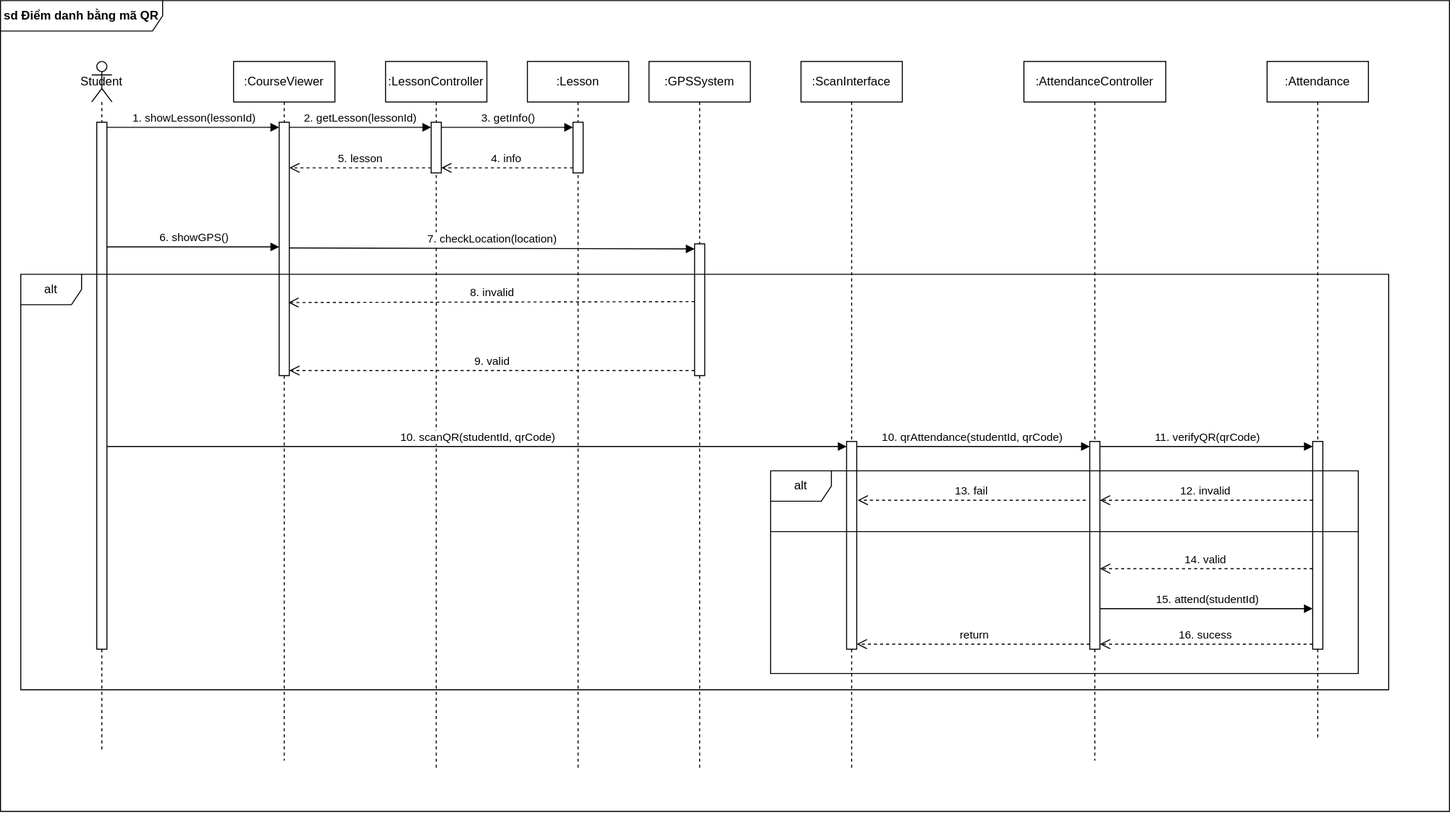
The draw.io diagram [W3] SequenceDiagram 3.drawio.svg in ntmly/ThuchanhphattrienhethongTTNT, before a commit. Source tidied: cells renumbered, new cells last; positions are measured from the earlier drawing's top-left corner, leaving out a move shared by most shapes. Source of this version:
```xml
<mxGraphModel background="#ffffff">
  <root>
    <mxCell id="0" />
    <mxCell id="1" parent="0" />
    <mxCell id="2" value="&lt;b&gt;sd Điểm danh bằng mã QR&lt;/b&gt;" style="shape=umlFrame;whiteSpace=wrap;html=1;width=160;height=30;" parent="1" vertex="1">
      <mxGeometry width="1430" height="800" as="geometry" />
    </mxCell>
    <mxCell id="3" value="Student" style="shape=umlLifeline;perimeter=lifelinePerimeter;whiteSpace=wrap;html=1;newEdgeStyle={&quot;curved&quot;:0,&quot;rounded&quot;:0};participant=umlActor;" parent="1" vertex="1">
      <mxGeometry x="90" y="60" width="20" height="680" as="geometry" />
    </mxCell>
    <mxCell id="4" style="html=1;points=[[0,0,0,0,5],[0,1,0,0,-5],[1,0,0,0,5],[1,1,0,0,-5]];perimeter=orthogonalPerimeter;outlineConnect=0;targetShapes=umlLifeline;portConstraint=eastwest;newEdgeStyle={&quot;curved&quot;:0,&quot;rounded&quot;:0};" parent="3" vertex="1">
      <mxGeometry x="5" y="60" width="10" height="520" as="geometry" />
    </mxCell>
    <mxCell id="5" value=":CourseViewer" style="shape=umlLifeline;perimeter=lifelinePerimeter;whiteSpace=wrap;html=1;newEdgeStyle={&quot;curved&quot;:0,&quot;rounded&quot;:0};" parent="1" vertex="1">
      <mxGeometry x="230" y="60" width="100" height="690" as="geometry" />
    </mxCell>
    <mxCell id="6" style="html=1;points=[[0,0,0,0,5],[0,1,0,0,-5],[1,0,0,0,5],[1,1,0,0,-5]];perimeter=orthogonalPerimeter;outlineConnect=0;targetShapes=umlLifeline;portConstraint=eastwest;newEdgeStyle={&quot;curved&quot;:0,&quot;rounded&quot;:0};" parent="5" vertex="1">
      <mxGeometry x="45" y="60" width="10" height="250" as="geometry" />
    </mxCell>
    <mxCell id="7" value=":LessonController" style="shape=umlLifeline;perimeter=lifelinePerimeter;whiteSpace=wrap;html=1;newEdgeStyle={&quot;curved&quot;:0,&quot;rounded&quot;:0};" parent="1" vertex="1">
      <mxGeometry x="380" y="60" width="100" height="700" as="geometry" />
    </mxCell>
    <mxCell id="8" style="html=1;points=[[0,0,0,0,5],[0,1,0,0,-5],[1,0,0,0,5],[1,1,0,0,-5]];perimeter=orthogonalPerimeter;outlineConnect=0;targetShapes=umlLifeline;portConstraint=eastwest;newEdgeStyle={&quot;curved&quot;:0,&quot;rounded&quot;:0};" parent="7" vertex="1">
      <mxGeometry x="45" y="60" width="10" height="50" as="geometry" />
    </mxCell>
    <mxCell id="9" value=":Lesson" style="shape=umlLifeline;perimeter=lifelinePerimeter;whiteSpace=wrap;html=1;newEdgeStyle={&quot;curved&quot;:0,&quot;rounded&quot;:0};" parent="1" vertex="1">
      <mxGeometry x="520" y="60" width="100" height="700" as="geometry" />
    </mxCell>
    <mxCell id="10" style="html=1;points=[[0,0,0,0,5],[0,1,0,0,-5],[1,0,0,0,5],[1,1,0,0,-5]];perimeter=orthogonalPerimeter;outlineConnect=0;targetShapes=umlLifeline;portConstraint=eastwest;newEdgeStyle={&quot;curved&quot;:0,&quot;rounded&quot;:0};" parent="9" vertex="1">
      <mxGeometry x="45" y="60" width="10" height="50" as="geometry" />
    </mxCell>
    <mxCell id="11" value=":GPSSystem" style="shape=umlLifeline;perimeter=lifelinePerimeter;whiteSpace=wrap;html=1;newEdgeStyle={&quot;curved&quot;:0,&quot;rounded&quot;:0};" parent="1" vertex="1">
      <mxGeometry x="640" y="60" width="100" height="700" as="geometry" />
    </mxCell>
    <mxCell id="12" style="html=1;points=[[0,0,0,0,5],[0,1,0,0,-5],[1,0,0,0,5],[1,1,0,0,-5]];perimeter=orthogonalPerimeter;outlineConnect=0;targetShapes=umlLifeline;portConstraint=eastwest;newEdgeStyle={&quot;curved&quot;:0,&quot;rounded&quot;:0};" parent="11" vertex="1">
      <mxGeometry x="45" y="180" width="10" height="130" as="geometry" />
    </mxCell>
    <mxCell id="13" value=":ScanInterface" style="shape=umlLifeline;perimeter=lifelinePerimeter;whiteSpace=wrap;html=1;newEdgeStyle={&quot;curved&quot;:0,&quot;rounded&quot;:0};" parent="1" vertex="1">
      <mxGeometry x="790" y="60" width="100" height="700" as="geometry" />
    </mxCell>
    <mxCell id="14" style="html=1;points=[[0,0,0,0,5],[0,1,0,0,-5],[1,0,0,0,5],[1,1,0,0,-5]];perimeter=orthogonalPerimeter;outlineConnect=0;targetShapes=umlLifeline;portConstraint=eastwest;newEdgeStyle={&quot;curved&quot;:0,&quot;rounded&quot;:0};" parent="13" vertex="1">
      <mxGeometry x="45" y="375" width="10" height="205" as="geometry" />
    </mxCell>
    <mxCell id="15" value=":AttendanceController" style="shape=umlLifeline;perimeter=lifelinePerimeter;whiteSpace=wrap;html=1;newEdgeStyle={&quot;curved&quot;:0,&quot;rounded&quot;:0};" parent="1" vertex="1">
      <mxGeometry x="1010" y="60" width="140" height="690" as="geometry" />
    </mxCell>
    <mxCell id="16" value=":Attendance" style="shape=umlLifeline;perimeter=lifelinePerimeter;whiteSpace=wrap;html=1;newEdgeStyle={&quot;curved&quot;:0,&quot;rounded&quot;:0};" parent="1" vertex="1">
      <mxGeometry x="1250" y="60" width="100" height="670" as="geometry" />
    </mxCell>
    <mxCell id="17" value="1. showLesson(lessonId)" style="html=1;verticalAlign=bottom;endArrow=block;curved=0;rounded=0;exitX=1;exitY=0;exitDx=0;exitDy=5;exitPerimeter=0;entryX=0;entryY=0;entryDx=0;entryDy=5;entryPerimeter=0;" parent="1" edge="1" source="4" target="6">
      <mxGeometry relative="1" as="geometry" />
    </mxCell>
    <mxCell id="18" value="2. getLesson(lessonId)" style="html=1;verticalAlign=bottom;endArrow=block;curved=0;rounded=0;exitX=1;exitY=0;exitDx=0;exitDy=5;exitPerimeter=0;" parent="1" edge="1" source="6" target="8">
      <mxGeometry relative="1" as="geometry" />
    </mxCell>
    <mxCell id="19" value="5. lesson" style="html=1;verticalAlign=bottom;endArrow=open;dashed=1;endSize=8;curved=0;rounded=0;exitX=0;exitY=1;exitDx=0;exitDy=-5;exitPerimeter=0;" parent="1" edge="1" source="8" target="6">
      <mxGeometry relative="1" as="geometry" />
    </mxCell>
    <mxCell id="20" value="3. getInfo()" style="html=1;verticalAlign=bottom;endArrow=block;curved=0;rounded=0;entryX=0;entryY=0;entryDx=0;entryDy=5;exitX=1;exitY=0;exitDx=0;exitDy=5;exitPerimeter=0;" parent="1" edge="1" source="8" target="10">
      <mxGeometry relative="1" as="geometry" />
    </mxCell>
    <mxCell id="21" value="4. info" style="html=1;verticalAlign=bottom;endArrow=open;dashed=1;endSize=8;curved=0;rounded=0;exitX=0;exitY=1;exitDx=0;exitDy=-5;entryX=1;entryY=1;entryDx=0;entryDy=-5;entryPerimeter=0;" parent="1" edge="1" source="10" target="8">
      <mxGeometry relative="1" as="geometry" />
    </mxCell>
    <mxCell id="22" value="6. showGPS()" style="html=1;verticalAlign=bottom;endArrow=block;curved=0;rounded=0;" parent="1" edge="1">
      <mxGeometry relative="1" as="geometry">
        <mxPoint x="105" y="243" as="sourcePoint" />
        <mxPoint x="275" y="243" as="targetPoint" />
      </mxGeometry>
    </mxCell>
    <mxCell id="23" value="7. checkLocation(location)" style="html=1;verticalAlign=bottom;endArrow=block;curved=0;rounded=0;entryX=0;entryY=0;entryDx=0;entryDy=5;entryPerimeter=0;" parent="1" edge="1" target="12">
      <mxGeometry relative="1" as="geometry">
        <mxPoint x="285" y="244" as="sourcePoint" />
      </mxGeometry>
    </mxCell>
    <mxCell id="24" value="alt" style="shape=umlFrame;whiteSpace=wrap;html=1;" parent="1" vertex="1">
      <mxGeometry x="20" y="270" width="1350" height="410" as="geometry" />
    </mxCell>
    <mxCell id="25" value="8. invalid" style="html=1;verticalAlign=bottom;endArrow=open;dashed=1;endSize=8;curved=0;rounded=0;entryX=0.9;entryY=0.633;entryDx=0;entryDy=0;entryPerimeter=0;" parent="1" edge="1">
      <mxGeometry relative="1" as="geometry">
        <mxPoint x="685" y="297" as="sourcePoint" />
        <mxPoint x="284" y="297.9" as="targetPoint" />
      </mxGeometry>
    </mxCell>
    <mxCell id="26" value="9. valid" style="html=1;verticalAlign=bottom;endArrow=open;dashed=1;endSize=8;curved=0;rounded=0;exitX=0;exitY=1;exitDx=0;exitDy=-5;exitPerimeter=0;entryX=1;entryY=1;entryDx=0;entryDy=-5;entryPerimeter=0;" parent="1" edge="1" source="12" target="6">
      <mxGeometry relative="1" as="geometry" />
    </mxCell>
    <mxCell id="27" value="10. scanQR(studentId, qrCode)" style="html=1;verticalAlign=bottom;endArrow=block;curved=0;rounded=0;entryX=0;entryY=0;entryDx=0;entryDy=5;entryPerimeter=0;" parent="1" edge="1" source="4" target="14">
      <mxGeometry relative="1" as="geometry" />
    </mxCell>
    <mxCell id="28" style="html=1;points=[[0,0,0,0,5],[0,1,0,0,-5],[1,0,0,0,5],[1,1,0,0,-5]];perimeter=orthogonalPerimeter;outlineConnect=0;targetShapes=umlLifeline;portConstraint=eastwest;newEdgeStyle={&quot;curved&quot;:0,&quot;rounded&quot;:0};" parent="1" vertex="1">
      <mxGeometry x="1075" y="435" width="10" height="205" as="geometry" />
    </mxCell>
    <mxCell id="29" value="10. qrAttendance(studentId, qrCode)" style="html=1;verticalAlign=bottom;endArrow=block;curved=0;rounded=0;exitX=1;exitY=0;exitDx=0;exitDy=5;exitPerimeter=0;entryX=0;entryY=0;entryDx=0;entryDy=5;entryPerimeter=0;" parent="1" edge="1" source="14" target="28">
      <mxGeometry relative="1" as="geometry" />
    </mxCell>
    <mxCell id="30" style="html=1;points=[[0,0,0,0,5],[0,1,0,0,-5],[1,0,0,0,5],[1,1,0,0,-5]];perimeter=orthogonalPerimeter;outlineConnect=0;targetShapes=umlLifeline;portConstraint=eastwest;newEdgeStyle={&quot;curved&quot;:0,&quot;rounded&quot;:0};" parent="1" vertex="1">
      <mxGeometry x="1295" y="435" width="10" height="205" as="geometry" />
    </mxCell>
    <mxCell id="31" value="11. verifyQR(qrCode)" style="html=1;verticalAlign=bottom;endArrow=block;curved=0;rounded=0;exitX=1;exitY=0;exitDx=0;exitDy=5;exitPerimeter=0;entryX=0;entryY=0;entryDx=0;entryDy=5;entryPerimeter=0;" parent="1" edge="1" source="28" target="30">
      <mxGeometry relative="1" as="geometry" />
    </mxCell>
    <mxCell id="32" value="alt" style="shape=umlFrame;whiteSpace=wrap;html=1;" parent="1" vertex="1">
      <mxGeometry x="760" y="464" width="580" height="200" as="geometry" />
    </mxCell>
    <mxCell id="33" value="12. invalid" style="html=1;verticalAlign=bottom;endArrow=open;dashed=1;endSize=8;curved=0;rounded=0;" parent="1" edge="1">
      <mxGeometry relative="1" as="geometry">
        <mxPoint x="1295" y="493" as="sourcePoint" />
        <mxPoint x="1085" y="493" as="targetPoint" />
      </mxGeometry>
    </mxCell>
    <mxCell id="34" value="13. fail" style="html=1;verticalAlign=bottom;endArrow=open;dashed=1;endSize=8;curved=0;rounded=0;" parent="1" edge="1">
      <mxGeometry relative="1" as="geometry">
        <mxPoint x="1071" y="493" as="sourcePoint" />
        <mxPoint x="846" y="493" as="targetPoint" />
      </mxGeometry>
    </mxCell>
    <mxCell id="35" style="line;strokeWidth=1;fillColor=none;align=left;verticalAlign=middle;spacingTop=-1;spacingLeft=3;spacingRight=3;labelPosition=right;strokeColor=inherit;" parent="1" vertex="1">
      <mxGeometry x="760" y="520" width="580" height="8" as="geometry" />
    </mxCell>
    <mxCell id="36" value="14. valid" style="html=1;verticalAlign=bottom;endArrow=open;dashed=1;endSize=8;curved=0;rounded=0;" parent="1" edge="1">
      <mxGeometry relative="1" as="geometry">
        <mxPoint x="1295" y="560.5" as="sourcePoint" />
        <mxPoint x="1085" y="560.5" as="targetPoint" />
      </mxGeometry>
    </mxCell>
    <mxCell id="37" value="15. attend(studentId)" style="html=1;verticalAlign=bottom;endArrow=block;curved=0;rounded=0;" parent="1" edge="1" source="28">
      <mxGeometry relative="1" as="geometry">
        <mxPoint x="1295" y="600" as="targetPoint" />
      </mxGeometry>
    </mxCell>
    <mxCell id="38" value="16. sucess" style="html=1;verticalAlign=bottom;endArrow=open;dashed=1;endSize=8;curved=0;rounded=0;exitX=0;exitY=1;exitDx=0;exitDy=-5;exitPerimeter=0;entryX=1;entryY=1;entryDx=0;entryDy=-5;entryPerimeter=0;" parent="1" edge="1" source="30" target="28">
      <mxGeometry relative="1" as="geometry" />
    </mxCell>
    <mxCell id="39" value="return" style="html=1;verticalAlign=bottom;endArrow=open;dashed=1;endSize=8;curved=0;rounded=0;exitX=0;exitY=1;exitDx=0;exitDy=-5;exitPerimeter=0;entryX=1;entryY=1;entryDx=0;entryDy=-5;entryPerimeter=0;" parent="1" edge="1" source="28" target="14">
      <mxGeometry relative="1" as="geometry" />
    </mxCell>
  </root>
</mxGraphModel>
```
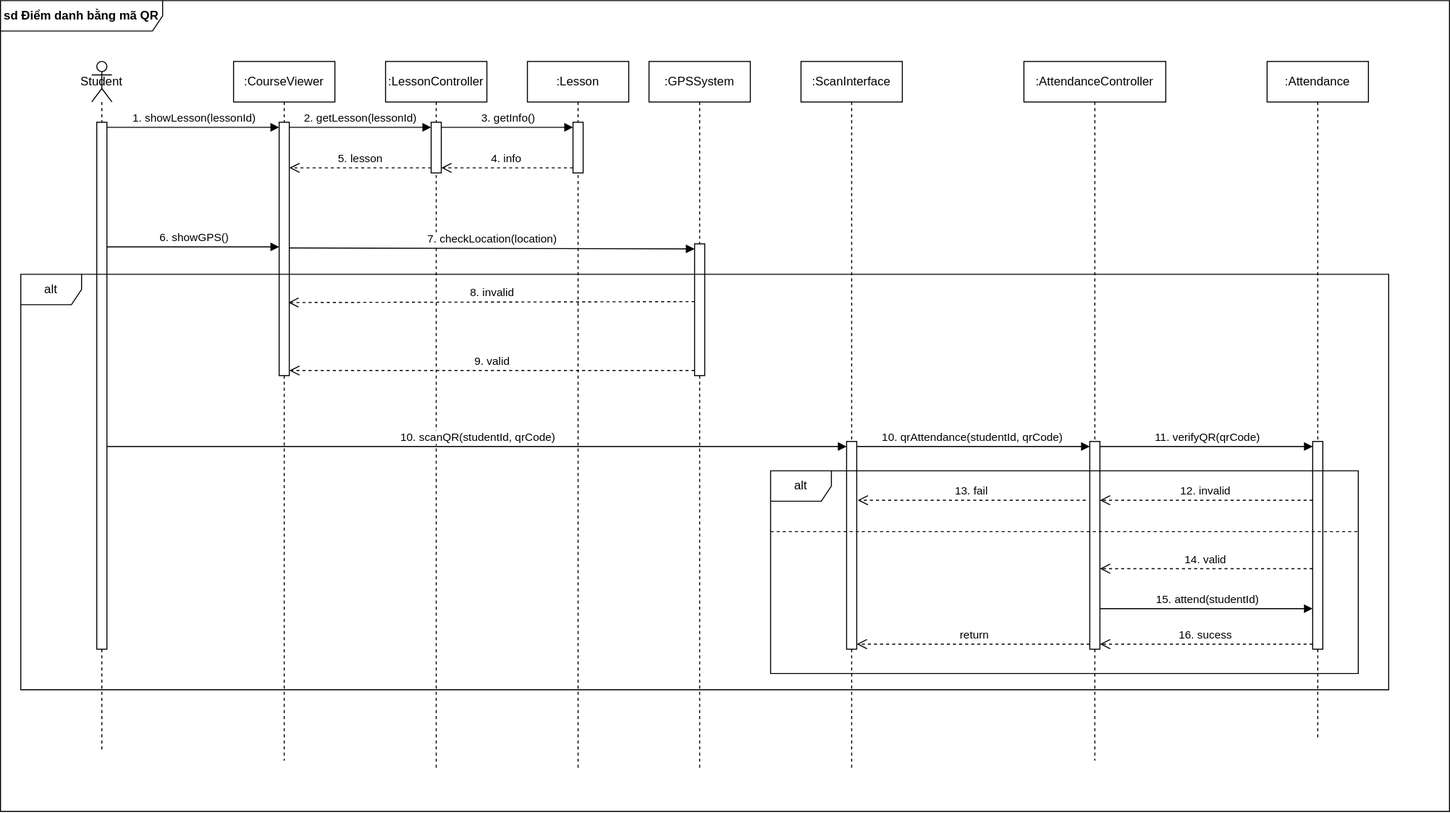
Above is the later version.

Commit message:
Cập nhật [W3] SequenceDiagram 3.drawio.svg

The edit, as a diff of the source:
```diff
@@ -115,7 +115,7 @@
         <mxPoint x="846" y="493" as="targetPoint" />
       </mxGeometry>
     </mxCell>
-    <mxCell id="35" style="line;strokeWidth=1;fillColor=none;align=left;verticalAlign=middle;spacingTop=-1;spacingLeft=3;spacingRight=3;labelPosition=right;strokeColor=inherit;" parent="1" vertex="1">
+    <mxCell id="35" style="line;strokeWidth=1;fillColor=none;align=left;verticalAlign=middle;spacingTop=-1;spacingLeft=3;spacingRight=3;labelPosition=right;strokeColor=inherit;dashed=1;" parent="1" vertex="1">
       <mxGeometry x="760" y="520" width="580" height="8" as="geometry" />
     </mxCell>
     <mxCell id="36" value="14. valid" style="html=1;verticalAlign=bottom;endArrow=open;dashed=1;endSize=8;curved=0;rounded=0;" parent="1" edge="1">
```
